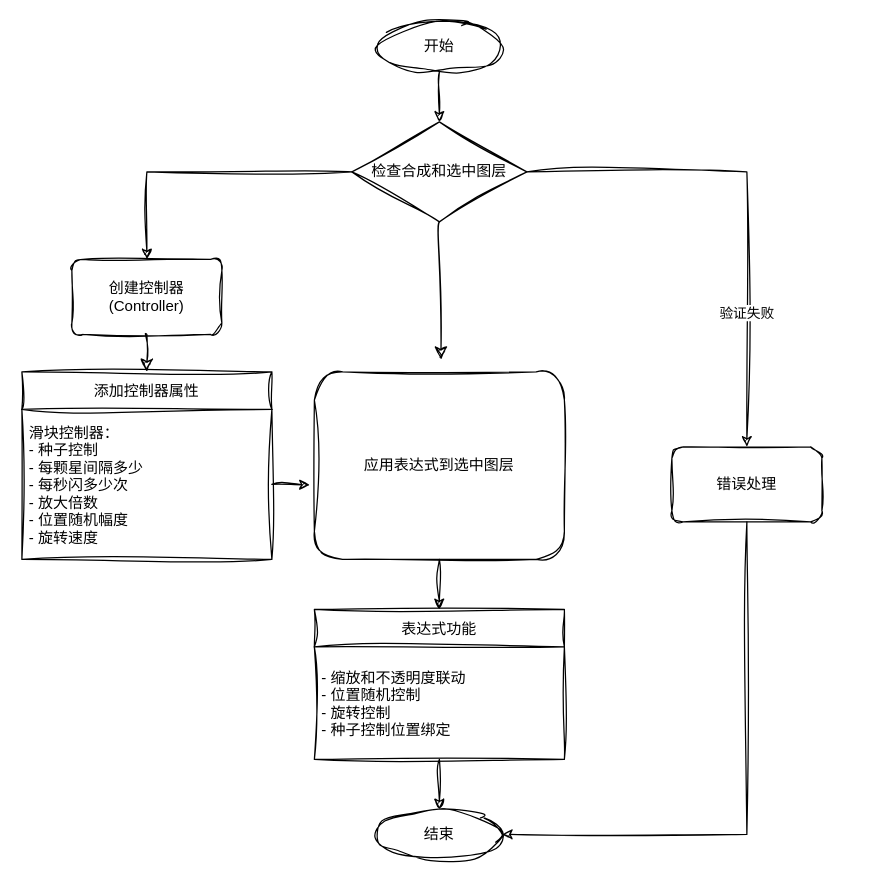
This is auto_blinking_flowchart.drawio from yancongya/Auto_Blinking, a draw.io file, before an edit. Source tidied: cells renumbered, new cells numbered last; positions are measured from the earlier drawing's top-left corner, leaving out a move shared by most shapes. Both pictures are drawn from the tidied source at 125%, with x=0, y=0 at pixel (21, 21).
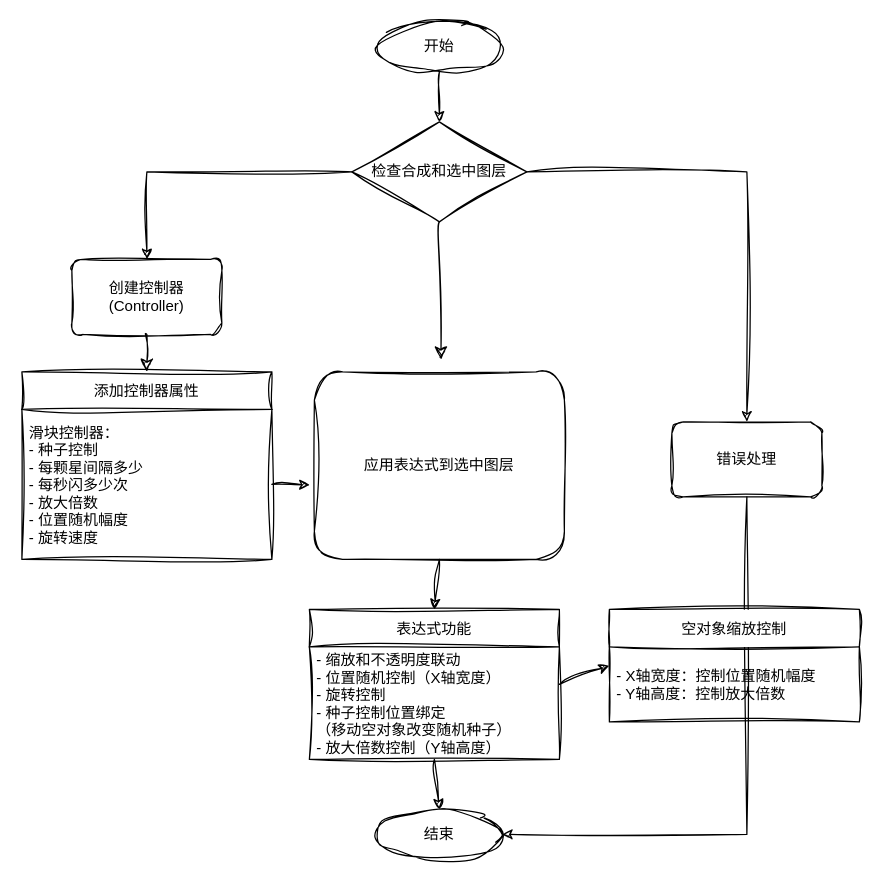
The same diagram, later.

Unchanged cells that the change refers to:
```xml
<mxCell id="3" value="检查合成和选中图层" style="rhombus;whiteSpace=wrap;html=1;sketch=1;curveFitting=1;jiggle=2;" parent="1" vertex="1">
  <mxGeometry x="264" y="80" width="140" height="80" as="geometry" />
</mxCell>
```

Change to the diagram source:
```diff
@@
     <mxCell id="9" value="表达式功能" style="swimlane;fontStyle=0;horizontal=1;startSize=30;sketch=1;curveFitting=1;jiggle=2;" parent="1" vertex="1">
-      <mxGeometry x="234" y="470" width="200" height="120" as="geometry" />
+      <mxGeometry x="230" y="470" width="200" height="120" as="geometry" />
     </mxCell>
-    <mxCell id="10" value="- 缩放和不透明度联动&#10;- 位置随机控制&#10;- 旋转控制&#10;- 种子控制位置绑定" style="text;align=left;verticalAlign=middle;spacingLeft=4;spacingRight=4;overflow=hidden;sketch=1;curveFitting=1;jiggle=2;" parent="9" vertex="1">
+    <mxCell id="10" value="- 缩放和不透明度联动&#10;- 位置随机控制（X轴宽度）&#10;- 旋转控制&#10;- 种子控制位置绑定&#10;（移动空对象改变随机种子）&#10;- 放大倍数控制（Y轴高度）" style="text;align=left;verticalAlign=middle;spacingLeft=4;spacingRight=4;overflow=hidden;sketch=1;curveFitting=1;jiggle=2;" parent="9" vertex="1">
       <mxGeometry y="30" width="200" height="90" as="geometry" />
     </mxCell>
@@
     <mxCell id="17" value="错误处理" style="rounded=1;whiteSpace=wrap;html=1;sketch=1;curveFitting=1;jiggle=2;" parent="1" vertex="1">
-      <mxGeometry x="520" y="340" width="120" height="60" as="geometry" />
+      <mxGeometry x="520" y="320" width="120" height="60" as="geometry" />
     </mxCell>
-    <mxCell id="18" value="验证失败" style="endArrow=classic;html=1;rounded=0;exitX=1;exitY=0.5;exitDx=0;exitDy=0;entryX=0.5;entryY=0;entryDx=0;entryDy=0;sketch=1;curveFitting=1;jiggle=2;" parent="1" edge="1" source="3" target="17">
+    <mxCell id="18" style="endArrow=classic;html=1;rounded=0;exitX=1;exitY=0.5;exitDx=0;exitDy=0;entryX=0.5;entryY=0;entryDx=0;entryDy=0;sketch=1;curveFitting=1;jiggle=2;" parent="1" edge="1" source="3" target="17">
       <mxGeometry x="0.46" relative="1" as="geometry">
         <Array as="points">
           <mxPoint x="580" y="120" />
         </Array>
       </mxGeometry>
     </mxCell>
@@
+    <mxCell id="21" value="空对象缩放控制" style="swimlane;fontStyle=0;horizontal=1;startSize=30;sketch=1;curveFitting=1;jiggle=2;" parent="1" vertex="1">
+      <mxGeometry x="470" y="470" width="200" height="90" as="geometry" />
+    </mxCell>
+    <mxCell id="22" value="- X轴宽度：控制位置随机幅度&#10;- Y轴高度：控制放大倍数" style="text;align=left;verticalAlign=middle;spacingLeft=4;spacingRight=4;overflow=hidden;sketch=1;curveFitting=1;jiggle=2;" parent="21" vertex="1">
+      <mxGeometry y="30" width="200" height="60" as="geometry" />
+    </mxCell>
+    <mxCell id="23" style="endArrow=classic;html=1;rounded=0;exitX=1;exitY=0.5;exitDx=0;exitDy=0;entryX=0;entryY=0.5;entryDx=0;entryDy=0;sketch=1;curveFitting=1;jiggle=2;" parent="1" edge="1" source="9" target="21">
+      <mxGeometry relative="1" as="geometry" />
+    </mxCell>
```
